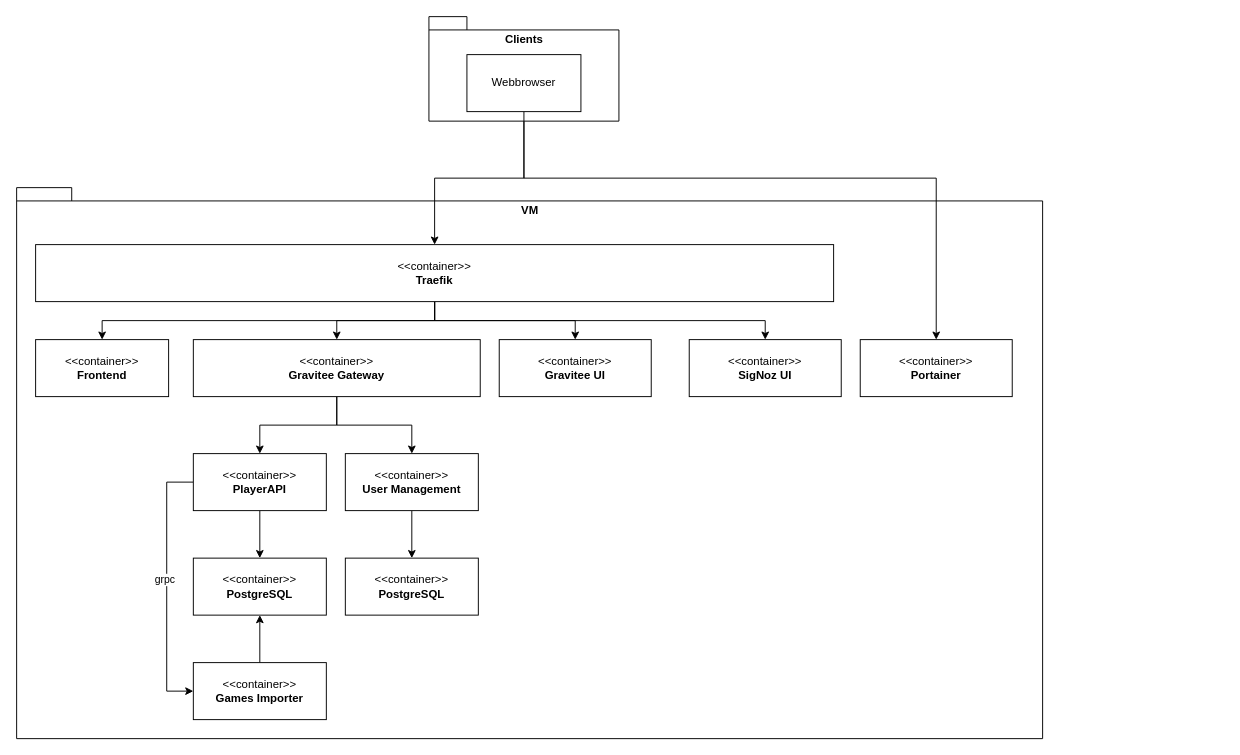
This is page "08-deployment-diagram" (4 of 6) of docs/cdc.drawio from JulianSobott/lol-stats, a draw.io file, before an edit. Source tidied: cells renumbered, new cells numbered last; positions are measured from the earlier drawing's top-left corner, leaving out a move shared by most shapes. Both pictures are drawn from the tidied source at 95%, with x=0, y=0 at pixel (16, 16).
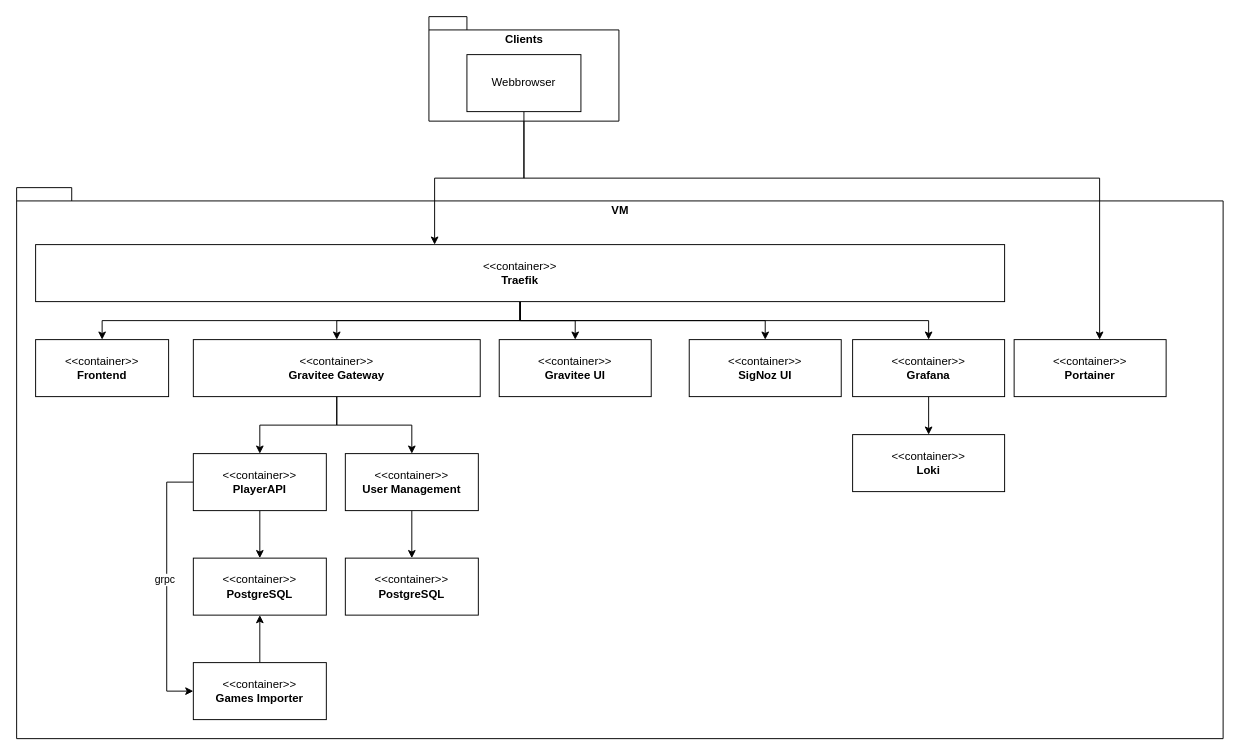
Above is the later version.

Unchanged cells that the change refers to:
```xml
<mxCell id="24" value="Webbrowser" style="rounded=0;whiteSpace=wrap;html=1;" parent="1" vertex="1">
  <mxGeometry x="474" y="40" width="120" height="60" as="geometry" />
</mxCell>
```

Change to the diagram source:
```diff
@@
     <mxCell id="2" value="VM" style="shape=folder;fontStyle=1;spacingTop=10;tabWidth=40;tabHeight=14;tabPosition=left;html=1;verticalAlign=top;" parent="1" vertex="1">
-      <mxGeometry y="180" width="1080" height="580" as="geometry" />
+      <mxGeometry y="180" width="1270" height="580" as="geometry" />
     </mxCell>
@@
+    <mxCell id="29" style="edgeStyle=orthogonalEdgeStyle;rounded=0;jettySize=auto;html=1;startArrow=none;startFill=0;" parent="1" edge="1" source="20" target="31">
+      <mxGeometry relative="1" as="geometry" />
+    </mxCell>
     <mxCell id="20" value="&lt;div&gt;&amp;lt;&amp;lt;container&amp;gt;&amp;gt;&lt;/div&gt;&lt;div&gt;&lt;b&gt;Traefik&lt;/b&gt;&lt;br&gt;&lt;/div&gt;" style="rounded=0;whiteSpace=wrap;html=1;" parent="1" vertex="1">
-      <mxGeometry x="20" y="240" width="840" height="60" as="geometry" />
+      <mxGeometry x="20" y="240" width="1020" height="60" as="geometry" />
     </mxCell>
@@
     <mxCell id="23" style="edgeStyle=orthogonalEdgeStyle;rounded=0;jettySize=auto;html=1;" parent="1" edge="1" source="24" target="27">
       <mxGeometry relative="1" as="geometry">
         <Array as="points">
           <mxPoint x="534" y="170" />
-          <mxPoint x="968" y="170" />
+          <mxPoint x="1140" y="170" />
         </Array>
       </mxGeometry>
     </mxCell>
@@
     <mxCell id="27" value="&lt;div&gt;&amp;lt;&amp;lt;container&amp;gt;&amp;gt;&lt;/div&gt;&lt;div&gt;&lt;b&gt;Portainer&lt;/b&gt;&lt;br&gt;&lt;/div&gt;" style="rounded=0;whiteSpace=wrap;html=1;" parent="1" vertex="1">
-      <mxGeometry x="888" y="340" width="160" height="60" as="geometry" />
+      <mxGeometry x="1050" y="340" width="160" height="60" as="geometry" />
     </mxCell>
@@
+    <mxCell id="30" style="edgeStyle=orthogonalEdgeStyle;rounded=0;jettySize=auto;html=1;startArrow=none;startFill=0;" parent="1" edge="1" source="31" target="32">
+      <mxGeometry relative="1" as="geometry" />
+    </mxCell>
+    <mxCell id="31" value="&lt;div&gt;&amp;lt;&amp;lt;container&amp;gt;&amp;gt;&lt;/div&gt;&lt;div&gt;&lt;b&gt;Grafana&lt;/b&gt;&lt;br&gt;&lt;/div&gt;" style="rounded=0;whiteSpace=wrap;html=1;" parent="1" vertex="1">
+      <mxGeometry x="880" y="340" width="160" height="60" as="geometry" />
+    </mxCell>
+    <mxCell id="32" value="&lt;div&gt;&amp;lt;&amp;lt;container&amp;gt;&amp;gt;&lt;/div&gt;&lt;div&gt;&lt;b&gt;Loki&lt;/b&gt;&lt;br&gt;&lt;/div&gt;" style="rounded=0;whiteSpace=wrap;html=1;" parent="1" vertex="1">
+      <mxGeometry x="880" y="440" width="160" height="60" as="geometry" />
+    </mxCell>
```
